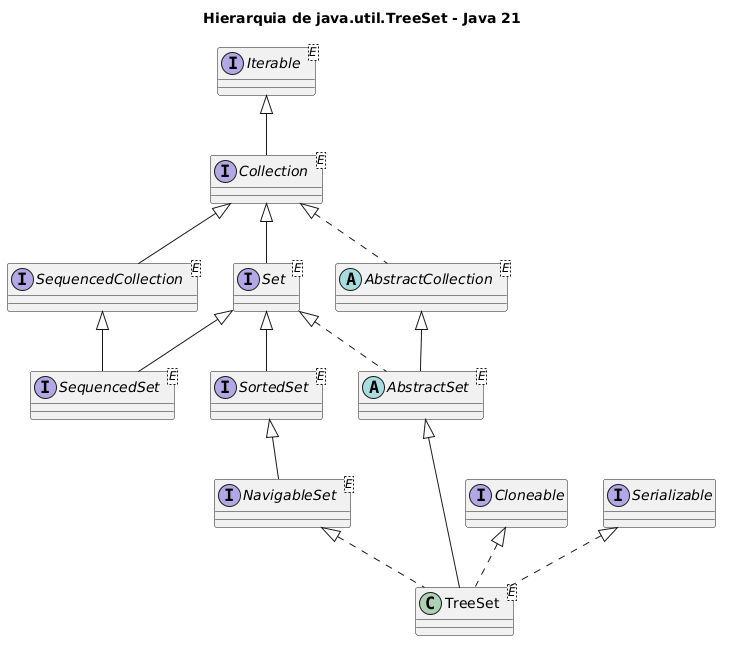
Earlier version of the PlantUML export subjects/poo/images/11-treeset-hierarchy.png (fabriciosantana/idp-marp-slides).
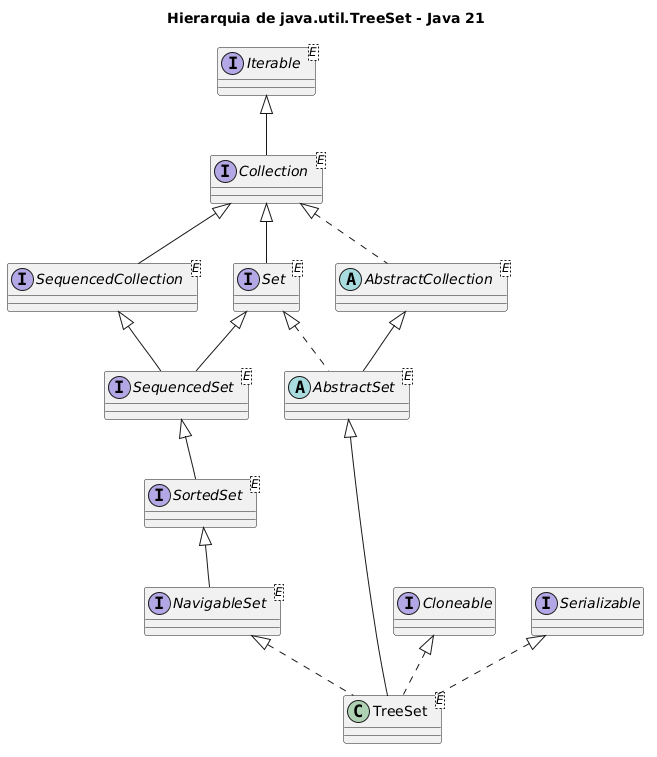
The same diagram one commit later.

What changed in the source:
```diff
@@ -22,7 +22,7 @@
 Collection <|-- Set
 SequencedCollection <|-- SequencedSet
 Set <|-- SequencedSet
-Set <|-- SortedSet
+SequencedSet <|-- SortedSet
 SortedSet <|-- NavigableSet
 
 Collection <|.. AbstractCollection
```
